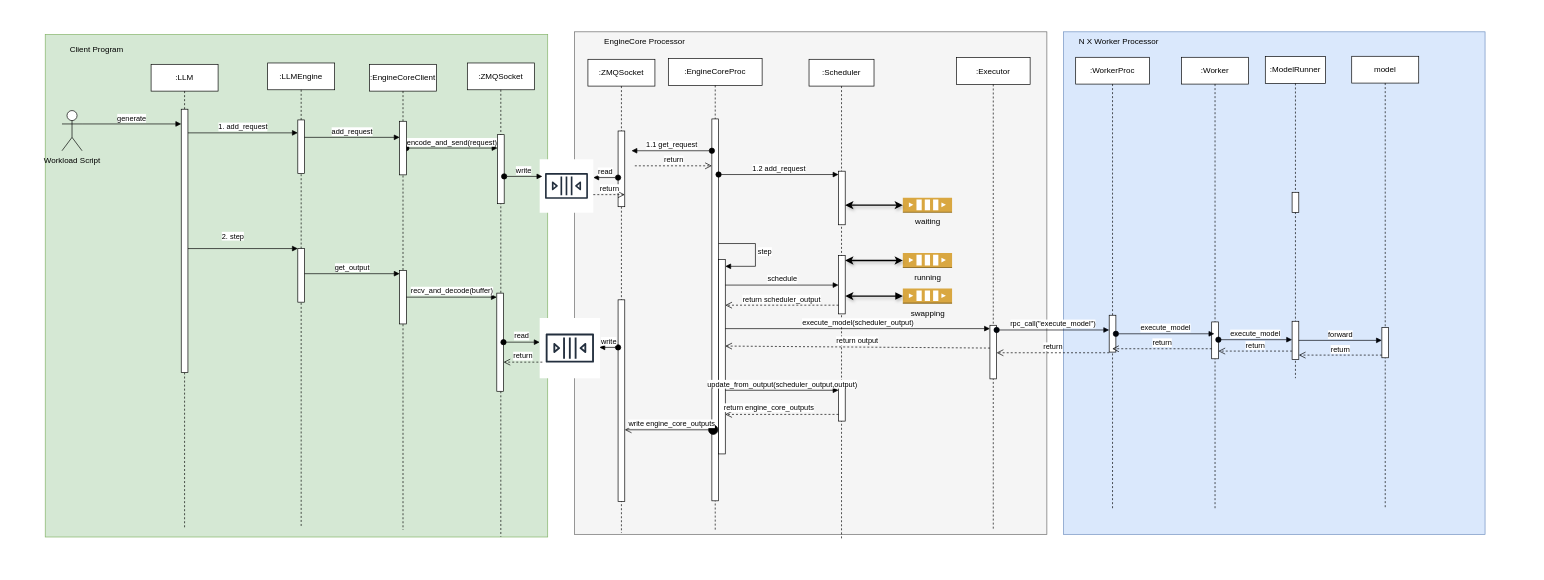
This is page "LLM.generate" (3 of 10) of vllm/engine/vllm.drawio from chaojun-zhang/vllm, a draw.io file, before an edit. Source tidied: cells renumbered, new cells numbered last; positions are measured from the earlier drawing's top-left corner, leaving out a move shared by most shapes. Both pictures are drawn from the tidied source at 67%, with x=0, y=0 at pixel (45, 31).
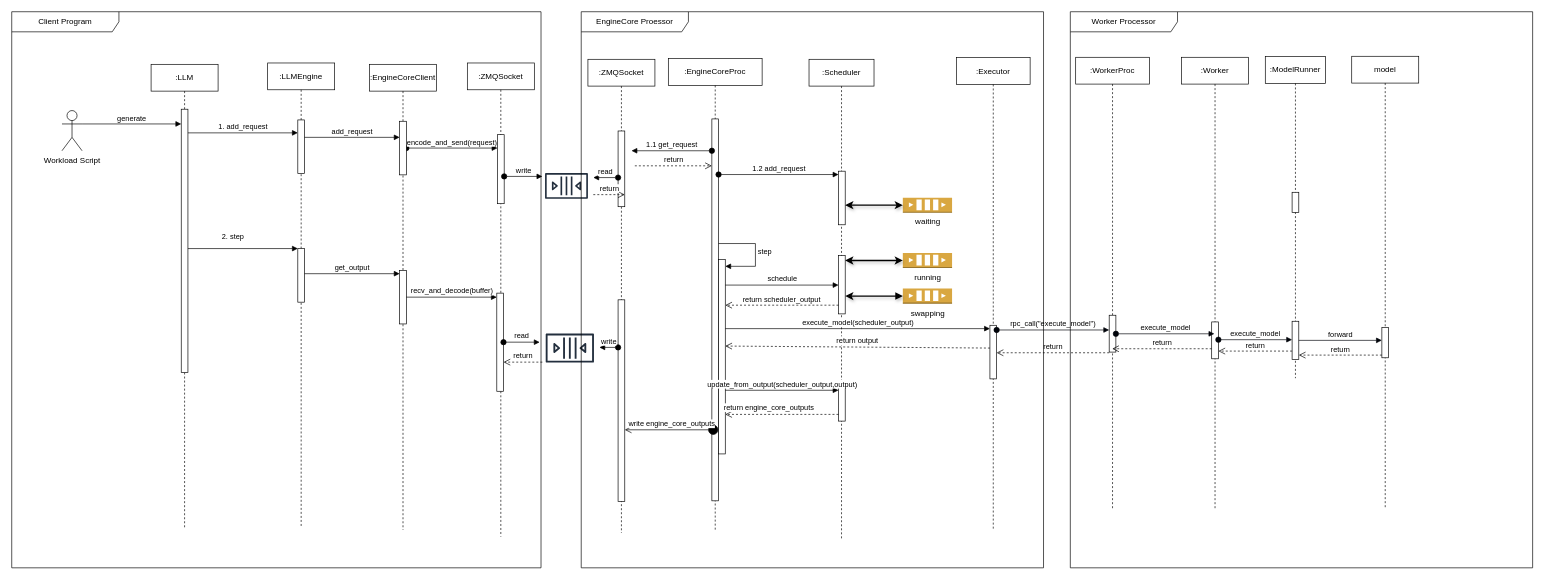
The same page after the edit.

Diff of the diagram source:
```diff
@@
-    <mxCell id="2" style="rounded=0;whiteSpace=wrap;html=1;fillColor=#d5e8d4;strokeColor=#82b366;" parent="1" vertex="1">
-      <mxGeometry y="4" width="750" height="750" as="geometry" />
-    </mxCell>
-    <mxCell id="3" style="rounded=0;whiteSpace=wrap;html=1;fillColor=#dae8fc;strokeColor=#6c8ebf;" parent="1" vertex="1">
-      <mxGeometry x="1520" width="629" height="750" as="geometry" />
-    </mxCell>
-    <mxCell id="4" style="rounded=0;whiteSpace=wrap;html=1;fillColor=#f5f5f5;strokeColor=#666666;fontColor=#333333;glass=0;" parent="1" vertex="1">
-      <mxGeometry x="790" width="705" height="750" as="geometry" />
-    </mxCell>
@@
-    <mxCell id="21" value="EngineCore Processor" style="text;html=1;align=center;verticalAlign=middle;whiteSpace=wrap;rounded=0;" parent="1" vertex="1">
-      <mxGeometry x="820" width="150" height="30" as="geometry" />
-    </mxCell>
-    <mxCell id="22" value="N X Worker Processor" style="text;html=1;align=center;verticalAlign=middle;whiteSpace=wrap;rounded=0;" parent="1" vertex="1">
-      <mxGeometry x="1520" width="165" height="30" as="geometry" />
-    </mxCell>
@@
-    <mxCell id="43" value="Client Program" style="text;html=1;align=center;verticalAlign=middle;whiteSpace=wrap;rounded=0;" parent="1" vertex="1">
-      <mxGeometry x="21" y="11.5" width="112" height="30" as="geometry" />
-    </mxCell>
@@
+    <mxCell id="43" value="Client Program" style="shape=umlFrame;whiteSpace=wrap;html=1;width=160;" parent="1" vertex="1">
+      <mxGeometry x="-50" y="-30" width="790" height="830" as="geometry" />
+    </mxCell>
+    <mxCell id="81" value="EngineCore Proessor" style="shape=umlFrame;whiteSpace=wrap;html=1;width=160;" parent="1" vertex="1">
+      <mxGeometry x="800" y="-30" width="690" height="830" as="geometry" />
+    </mxCell>
+    <mxCell id="82" value="Worker Processor" style="shape=umlFrame;whiteSpace=wrap;html=1;width=160;" parent="1" vertex="1">
+      <mxGeometry x="1530" y="-30" width="690" height="830" as="geometry" />
+    </mxCell>
```
